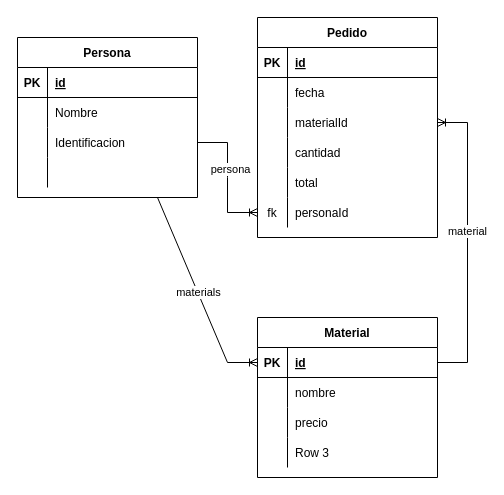
MTJavierVivas/NextDevelopers keeps this draw.io diagram as constructora.drawio. Above is the earlier version. Source tidied: cells renumbered, new cells numbered last; positions are measured from the earlier drawing's top-left corner, leaving out a move shared by most shapes. Both pictures are drawn from the tidied source at 100%, with x=0, y=0 at pixel (17, 17).
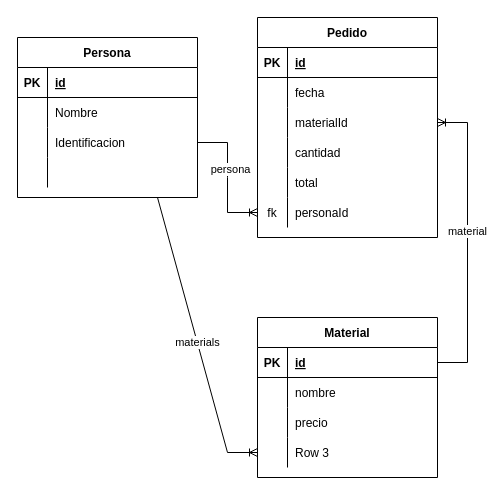
The same page after the edit.

The change refers to these unchanged cells:
```xml
<mxCell id="35" style="shape=partialRectangle;fillColor=none;top=0;left=0;bottom=1;right=0;points=[[0,0.5],[1,0.5]];portConstraint=eastwest;" parent="34" vertex="1">
  <mxGeometry y="30" width="180" height="30" as="geometry" />
</mxCell>
<mxCell id="44" style="shape=partialRectangle;fillColor=none;top=0;left=0;bottom=0;right=0;points=[[0,0.5],[1,0.5]];portConstraint=eastwest;" parent="34" vertex="1">
  <mxGeometry y="120" width="180" height="30" as="geometry" />
</mxCell>
```

What changed in the source:
```diff
@@
-    <mxCell id="49" style="edgeStyle=entityRelationEdgeStyle;fontSize=12;html=1;endArrow=ERoneToMany;rounded=0;" parent="1" edge="1" target="35">
+    <mxCell id="49" style="edgeStyle=entityRelationEdgeStyle;fontSize=12;html=1;endArrow=ERoneToMany;rounded=0;entryX=0;entryY=0.5;entryDx=0;entryDy=0;" parent="1" edge="1" target="44">
       <mxGeometry relative="1" as="geometry">
         <mxPoint x="110" y="180" as="sourcePoint" />
       </mxGeometry>
     </mxCell>
```
